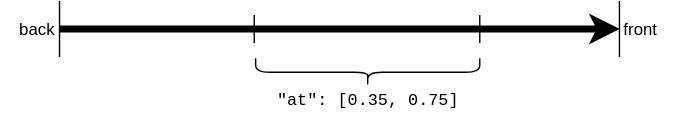
Above: schema/img/transportation/geometric-scoping-range-light.svg in OvertureMaps/docs (draw.io), before the change. Source tidied: cells renumbered, new cells last; positions are measured from the earlier drawing's top-left corner, leaving out a move shared by most shapes.
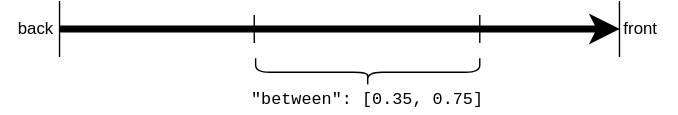
The same diagram one commit later.

Diff of the diagram source:
```diff
@@ -41,8 +41,8 @@
     <mxCell id="9" style="shape=curlyBracket;whiteSpace=wrap;html=1;rounded=1;strokeColor=#000000;strokeWidth=1;fillColor=none;fontFamily=Courier New;fontColor=#000000;align=left;direction=south;flipV=1;" parent="1" vertex="1">
       <mxGeometry x="182" y="41" width="160" height="20" as="geometry" />
     </mxCell>
-    <mxCell id="10" value="&quot;at&quot;: [0.35, 0.75]" style="text;html=1;strokeColor=none;fillColor=none;align=center;verticalAlign=middle;whiteSpace=wrap;rounded=0;fontColor=#000000;fontFamily=Courier New;" parent="1" vertex="1">
-      <mxGeometry x="187" y="61" width="150" height="20" as="geometry" />
+    <mxCell id="10" value="&quot;between&quot;: [0.35, 0.75]" style="text;html=1;strokeColor=none;fillColor=none;align=center;verticalAlign=middle;whiteSpace=wrap;rounded=0;fontColor=#000000;fontFamily=Courier New;" parent="1" vertex="1">
+      <mxGeometry x="172" y="61" width="180" height="20" as="geometry" />
     </mxCell>
   </root>
 </mxGraphModel>
```
